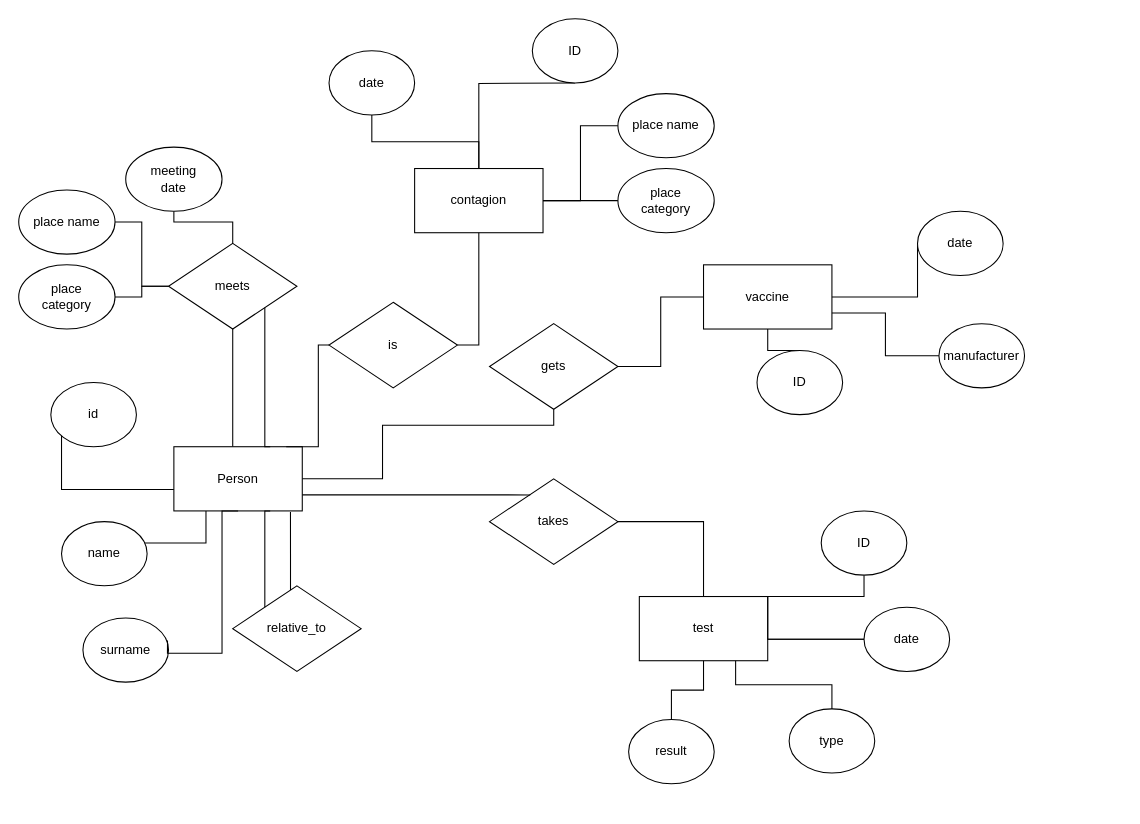
The draw.io diagram ER_diagram_covid.drawio in bohbohb/COVID-19-Neo4j, before the edit. Source tidied: cells renumbered, new cells numbered last; positions are measured from the earlier drawing's top-left corner, leaving out a move shared by most shapes. Both pictures are drawn from the tidied source at 107%, with x=0, y=0 at pixel (18, 18).
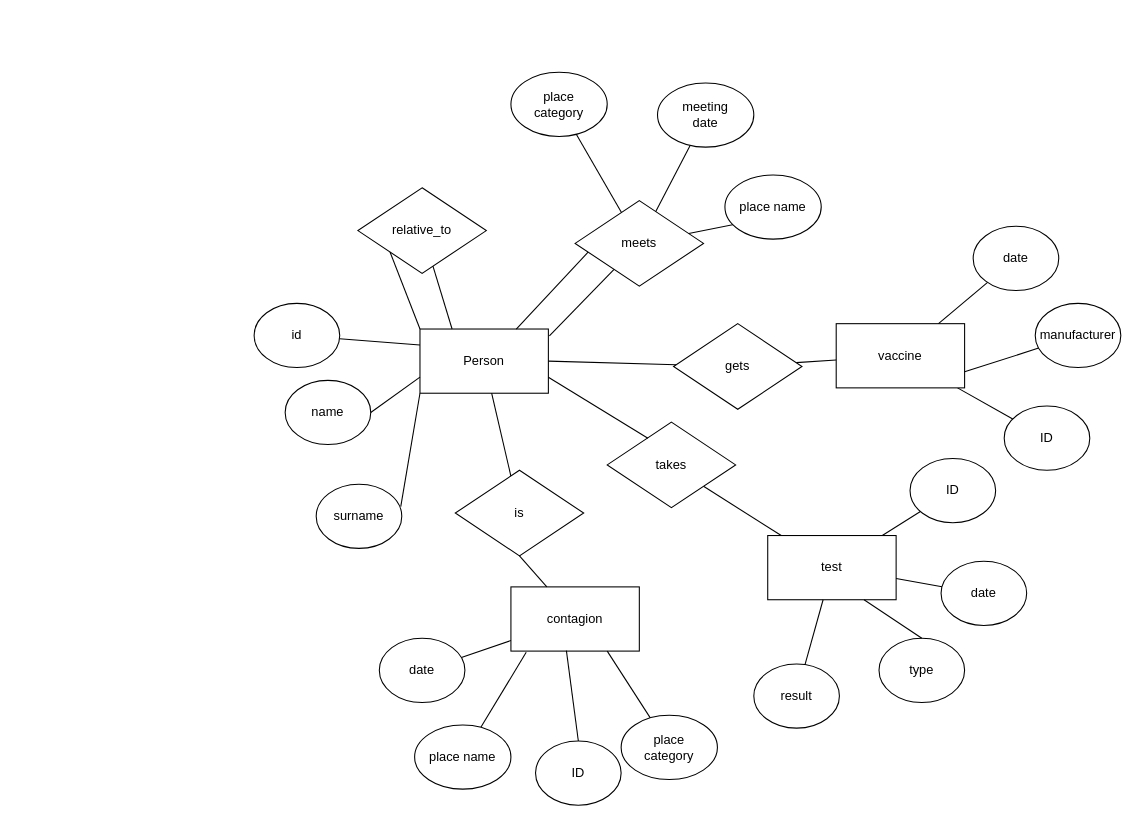
The same diagram, later.

Change to the diagram source:
```diff
@@
-    <mxCell id="2" style="edgeStyle=orthogonalEdgeStyle;rounded=0;jettySize=auto;html=1;startArrow=none;startFill=0;endArrow=none;endFill=0;" parent="1" edge="1" source="3" target="4">
-      <mxGeometry relative="1" as="geometry">
-        <Array as="points">
-          <mxPoint x="200" y="370" />
-          <mxPoint x="200" y="370" />
-        </Array>
-      </mxGeometry>
-    </mxCell>
     <mxCell id="3" value="Person" style="rounded=0;whiteSpace=wrap;html=1;" parent="1" vertex="1">
-      <mxGeometry x="145" y="400" width="120" height="60" as="geometry" />
+      <mxGeometry x="375" y="290" width="120" height="60" as="geometry" />
     </mxCell>
+    <mxCell id="57" style="edgeStyle=none;rounded=0;jettySize=auto;html=1;endArrow=none;endFill=0;entryX=1.008;entryY=0.106;entryDx=0;entryDy=0;entryPerimeter=0;" parent="1" edge="1" source="4" target="3">
+      <mxGeometry relative="1" as="geometry" />
+    </mxCell>
     <mxCell id="4" value="meets" style="rhombus;whiteSpace=wrap;html=1;" parent="1" vertex="1">
-      <mxGeometry x="140" y="210" width="120" height="80" as="geometry" />
+      <mxGeometry x="520" y="170" width="120" height="80" as="geometry" />
     </mxCell>
@@
-    <mxCell id="6" style="edgeStyle=orthogonalEdgeStyle;rounded=0;jettySize=auto;html=1;entryX=0.5;entryY=0;entryDx=0;entryDy=0;endArrow=none;endFill=0;startArrow=none;startFill=0;" parent="1" edge="1" source="7" target="4">
-      <mxGeometry relative="1" as="geometry">
-        <Array as="points">
-          <mxPoint x="200" y="190" />
-        </Array>
-      </mxGeometry>
+    <mxCell id="6" style="rounded=0;jettySize=auto;html=1;endArrow=none;endFill=0;startArrow=none;startFill=0;" parent="1" edge="1" source="7" target="4">
+      <mxGeometry relative="1" as="geometry" />
     </mxCell>
     <mxCell id="7" value="meeting&lt;br&gt;date" style="ellipse;whiteSpace=wrap;html=1;" parent="1" vertex="1">
-      <mxGeometry x="100" y="120" width="90" height="60" as="geometry" />
+      <mxGeometry x="597" y="60" width="90" height="60" as="geometry" />
     </mxCell>
     <mxCell id="8" value="id" style="ellipse;whiteSpace=wrap;html=1;" parent="1" vertex="1">
-      <mxGeometry x="30" y="340" width="80" height="60" as="geometry" />
+      <mxGeometry x="220" y="266" width="80" height="60" as="geometry" />
     </mxCell>
-    <mxCell id="9" style="endArrow=none;html=1;rounded=0;edgeStyle=orthogonalEdgeStyle;endFill=0;" parent="1" edge="1" source="8">
-      <mxGeometry relative="1" as="geometry">
-        <mxPoint x="145" y="440" as="targetPoint" />
-        <Array as="points">
-          <mxPoint x="40" y="440" />
-        </Array>
-      </mxGeometry>
+    <mxCell id="9" style="endArrow=none;html=1;rounded=0;endFill=0;entryX=0;entryY=0.25;entryDx=0;entryDy=0;" parent="1" edge="1" source="8" target="3">
+      <mxGeometry relative="1" as="geometry" />
     </mxCell>
     <mxCell id="10" value="name" style="ellipse;whiteSpace=wrap;html=1;" parent="1" vertex="1">
-      <mxGeometry x="40" y="470" width="80" height="60" as="geometry" />
+      <mxGeometry x="249" y="338" width="80" height="60" as="geometry" />
     </mxCell>
-    <mxCell id="11" style="endArrow=none;html=1;rounded=0;edgeStyle=orthogonalEdgeStyle;endFill=0;entryX=0.25;entryY=1;entryDx=0;entryDy=0;" parent="1" edge="1" source="10" target="3">
-      <mxGeometry relative="1" as="geometry">
-        <Array as="points">
-          <mxPoint x="175" y="490" />
-          <mxPoint x="175" y="490" />
-        </Array>
-      </mxGeometry>
+    <mxCell id="11" style="endArrow=none;html=1;rounded=0;endFill=0;entryX=0;entryY=0.75;entryDx=0;entryDy=0;exitX=1;exitY=0.5;exitDx=0;exitDy=0;" parent="1" edge="1" source="10" target="3">
+      <mxGeometry relative="1" as="geometry" />
     </mxCell>
     <mxCell id="12" value="surname" style="ellipse;whiteSpace=wrap;html=1;" parent="1" vertex="1">
-      <mxGeometry x="60" y="560" width="80" height="60" as="geometry" />
+      <mxGeometry x="278" y="435" width="80" height="60" as="geometry" />
     </mxCell>
-    <mxCell id="13" style="endArrow=none;html=1;rounded=0;edgeStyle=orthogonalEdgeStyle;endFill=0;entryX=0.5;entryY=1;entryDx=0;entryDy=0;exitX=0.988;exitY=0.35;exitDx=0;exitDy=0;exitPerimeter=0;" parent="1" edge="1" source="12" target="3">
-      <mxGeometry relative="1" as="geometry">
-        <Array as="points">
-          <mxPoint x="139" y="593" />
-          <mxPoint x="190" y="593" />
-          <mxPoint x="190" y="460" />
-        </Array>
-      </mxGeometry>
+    <mxCell id="13" style="endArrow=none;html=1;rounded=0;endFill=0;entryX=0;entryY=1;entryDx=0;entryDy=0;exitX=0.988;exitY=0.35;exitDx=0;exitDy=0;exitPerimeter=0;" parent="1" edge="1" source="12" target="3">
+      <mxGeometry relative="1" as="geometry" />
     </mxCell>
+    <mxCell id="58" style="edgeStyle=none;rounded=0;jettySize=auto;html=1;endArrow=none;endFill=0;exitX=0.75;exitY=0;exitDx=0;exitDy=0;entryX=0.101;entryY=0.602;entryDx=0;entryDy=0;entryPerimeter=0;" parent="1" edge="1" source="3" target="4">
+      <mxGeometry relative="1" as="geometry" />
+    </mxCell>
     <mxCell id="14" value="relative_to" style="rhombus;whiteSpace=wrap;html=1;" parent="1" vertex="1">
-      <mxGeometry x="200" y="530" width="120" height="80" as="geometry" />
+      <mxGeometry x="317" y="158" width="120" height="80" as="geometry" />
     </mxCell>
@@
-    <mxCell id="16" style="endArrow=none;html=1;rounded=0;edgeStyle=orthogonalEdgeStyle;entryX=0.75;entryY=1;entryDx=0;entryDy=0;endFill=0;exitX=0;exitY=0;exitDx=0;exitDy=0;" parent="1" edge="1" source="14" target="3">
-      <mxGeometry relative="1" as="geometry">
-        <Array as="points">
-          <mxPoint x="230" y="460" />
-        </Array>
-      </mxGeometry>
+    <mxCell id="16" style="endArrow=none;html=1;rounded=0;endFill=0;exitX=0;exitY=1;exitDx=0;exitDy=0;entryX=0;entryY=0;entryDx=0;entryDy=0;" parent="1" edge="1" source="14" target="3">
+      <mxGeometry relative="1" as="geometry" />
     </mxCell>
     <mxCell id="17" value="contagion" style="rounded=0;whiteSpace=wrap;html=1;" parent="1" vertex="1">
-      <mxGeometry x="370" y="140" width="120" height="60" as="geometry" />
+      <mxGeometry x="460" y="531" width="120" height="60" as="geometry" />
     </mxCell>
-    <mxCell id="18" style="edgeStyle=orthogonalEdgeStyle;rounded=0;jettySize=auto;html=1;startArrow=none;startFill=0;endArrow=none;endFill=0;" parent="1" edge="1" source="19" target="17">
+    <mxCell id="18" style="rounded=0;jettySize=auto;html=1;startArrow=none;startFill=0;endArrow=none;endFill=0;" parent="1" edge="1" source="19" target="17">
       <mxGeometry relative="1" as="geometry" />
     </mxCell>
     <mxCell id="19" value="date" style="ellipse;whiteSpace=wrap;html=1;" parent="1" vertex="1">
-      <mxGeometry x="290" y="30" width="80" height="60" as="geometry" />
+      <mxGeometry x="337" y="579" width="80" height="60" as="geometry" />
     </mxCell>
-    <mxCell id="20" style="edgeStyle=orthogonalEdgeStyle;rounded=0;jettySize=auto;html=1;endArrow=none;endFill=0;" parent="1" edge="1" source="21" target="50">
+    <mxCell id="20" style="rounded=0;jettySize=auto;html=1;endArrow=none;endFill=0;" parent="1" edge="1" source="21" target="50">
       <mxGeometry relative="1" as="geometry" />
     </mxCell>
     <mxCell id="21" value="vaccine" style="rounded=0;whiteSpace=wrap;html=1;" parent="1" vertex="1">
-      <mxGeometry x="640" y="230" width="120" height="60" as="geometry" />
+      <mxGeometry x="764" y="285" width="120" height="60" as="geometry" />
     </mxCell>
-    <mxCell id="22" style="edgeStyle=orthogonalEdgeStyle;rounded=0;jettySize=auto;html=1;startArrow=none;startFill=0;endArrow=none;endFill=0;" parent="1" edge="1" source="23" target="21">
-      <mxGeometry relative="1" as="geometry">
-        <Array as="points">
-          <mxPoint x="840" y="260" />
-        </Array>
-      </mxGeometry>
+    <mxCell id="22" style="rounded=0;jettySize=auto;html=1;startArrow=none;startFill=0;endArrow=none;endFill=0;" parent="1" edge="1" source="23" target="21">
+      <mxGeometry relative="1" as="geometry" />
     </mxCell>
     <mxCell id="23" value="date" style="ellipse;whiteSpace=wrap;html=1;" parent="1" vertex="1">
-      <mxGeometry x="840" y="180" width="80" height="60" as="geometry" />
+      <mxGeometry x="892" y="194" width="80" height="60" as="geometry" />
     </mxCell>
-    <mxCell id="24" style="edgeStyle=orthogonalEdgeStyle;rounded=0;jettySize=auto;html=1;startArrow=none;startFill=0;endArrow=none;endFill=0;entryX=1;entryY=1;entryDx=0;entryDy=0;exitX=0.75;exitY=0;exitDx=0;exitDy=0;" parent="1" edge="1" source="3" target="4">
-      <mxGeometry relative="1" as="geometry">
-        <Array as="points">
-          <mxPoint x="230" y="400" />
-        </Array>
-      </mxGeometry>
-    </mxCell>
-    <mxCell id="25" style="endArrow=none;html=1;rounded=0;edgeStyle=orthogonalEdgeStyle;entryX=0.908;entryY=1.017;entryDx=0;entryDy=0;endFill=0;entryPerimeter=0;" parent="1" edge="1" source="14" target="3">
-      <mxGeometry relative="1" as="geometry">
-        <Array as="points">
-          <mxPoint x="254" y="500" />
-          <mxPoint x="254" y="500" />
-        </Array>
-      </mxGeometry>
+    <mxCell id="25" style="endArrow=none;html=1;rounded=0;endFill=0;entryX=0.25;entryY=0;entryDx=0;entryDy=0;" parent="1" edge="1" source="14" target="3">
+      <mxGeometry relative="1" as="geometry" />
     </mxCell>
     <mxCell id="26" value="test" style="rounded=0;whiteSpace=wrap;html=1;" parent="1" vertex="1">
-      <mxGeometry x="580" y="540" width="120" height="60" as="geometry" />
+      <mxGeometry x="700" y="483" width="120" height="60" as="geometry" />
     </mxCell>
-    <mxCell id="27" style="edgeStyle=orthogonalEdgeStyle;rounded=0;jettySize=auto;html=1;startArrow=none;startFill=0;endArrow=none;endFill=0;" parent="1" edge="1" source="28" target="26">
-      <mxGeometry relative="1" as="geometry">
-        <Array as="points">
-          <mxPoint x="720" y="580" />
-          <mxPoint x="720" y="580" />
-        </Array>
-      </mxGeometry>
+    <mxCell id="27" style="rounded=0;jettySize=auto;html=1;startArrow=none;startFill=0;endArrow=none;endFill=0;" parent="1" edge="1" source="28" target="26">
+      <mxGeometry relative="1" as="geometry" />
     </mxCell>
     <mxCell id="28" value="date" style="ellipse;whiteSpace=wrap;html=1;" parent="1" vertex="1">
-      <mxGeometry x="790" y="550" width="80" height="60" as="geometry" />
+      <mxGeometry x="862" y="507" width="80" height="60" as="geometry" />
     </mxCell>
     <mxCell id="29" value="type" style="ellipse;whiteSpace=wrap;html=1;" parent="1" vertex="1">
-      <mxGeometry x="720" y="645" width="80" height="60" as="geometry" />
+      <mxGeometry x="804" y="579" width="80" height="60" as="geometry" />
     </mxCell>
-    <mxCell id="30" style="edgeStyle=orthogonalEdgeStyle;rounded=0;jettySize=auto;html=1;startArrow=none;startFill=0;endArrow=none;endFill=0;entryX=0.75;entryY=1;entryDx=0;entryDy=0;exitX=0.5;exitY=0;exitDx=0;exitDy=0;" parent="1" edge="1" source="29" target="26">
+    <mxCell id="30" style="rounded=0;jettySize=auto;html=1;startArrow=none;startFill=0;endArrow=none;endFill=0;entryX=0.75;entryY=1;entryDx=0;entryDy=0;exitX=0.5;exitY=0;exitDx=0;exitDy=0;" parent="1" edge="1" source="29" target="26">
       <mxGeometry relative="1" as="geometry" />
     </mxCell>
-    <mxCell id="31" style="edgeStyle=orthogonalEdgeStyle;rounded=0;jettySize=auto;html=1;startArrow=none;startFill=0;endArrow=none;endFill=0;" parent="1" edge="1" source="55" target="17">
-      <mxGeometry relative="1" as="geometry">
-        <Array as="points">
-          <mxPoint x="430" y="305" />
-        </Array>
-      </mxGeometry>
+    <mxCell id="31" style="rounded=0;jettySize=auto;html=1;startArrow=none;startFill=0;endArrow=none;endFill=0;exitX=0.5;exitY=1;exitDx=0;exitDy=0;" parent="1" edge="1" source="55" target="17">
+      <mxGeometry relative="1" as="geometry" />
     </mxCell>
-    <mxCell id="32" style="edgeStyle=orthogonalEdgeStyle;rounded=0;jettySize=auto;html=1;startArrow=none;startFill=0;endArrow=none;endFill=0;" parent="1" edge="1" source="33" target="21">
+    <mxCell id="32" style="rounded=0;jettySize=auto;html=1;startArrow=none;startFill=0;endArrow=none;endFill=0;" parent="1" edge="1" source="33" target="21">
       <mxGeometry relative="1" as="geometry" />
     </mxCell>
     <mxCell id="33" value="gets" style="rhombus;whiteSpace=wrap;html=1;" parent="1" vertex="1">
-      <mxGeometry x="440" y="285" width="120" height="80" as="geometry" />
+      <mxGeometry x="612" y="285" width="120" height="80" as="geometry" />
     </mxCell>
-    <mxCell id="34" style="edgeStyle=orthogonalEdgeStyle;rounded=0;jettySize=auto;html=1;startArrow=none;startFill=0;endArrow=none;endFill=0;entryX=1;entryY=0.5;entryDx=0;entryDy=0;" parent="1" edge="1" source="33" target="3">
-      <mxGeometry relative="1" as="geometry">
-        <Array as="points">
-          <mxPoint x="500" y="380" />
-          <mxPoint x="340" y="380" />
-          <mxPoint x="340" y="430" />
-        </Array>
-      </mxGeometry>
+    <mxCell id="34" style="rounded=0;jettySize=auto;html=1;startArrow=none;startFill=0;endArrow=none;endFill=0;entryX=1;entryY=0.5;entryDx=0;entryDy=0;" parent="1" edge="1" source="33" target="3">
+      <mxGeometry relative="1" as="geometry" />
     </mxCell>
-    <mxCell id="35" style="edgeStyle=orthogonalEdgeStyle;rounded=0;jettySize=auto;html=1;startArrow=none;startFill=0;endArrow=none;endFill=0;" parent="1" edge="1" source="36" target="26">
+    <mxCell id="35" style="rounded=0;jettySize=auto;html=1;startArrow=none;startFill=0;endArrow=none;endFill=0;exitX=1;exitY=1;exitDx=0;exitDy=0;" parent="1" edge="1" source="36" target="26">
       <mxGeometry relative="1" as="geometry" />
     </mxCell>
     <mxCell id="36" value="takes" style="rhombus;whiteSpace=wrap;html=1;" parent="1" vertex="1">
-      <mxGeometry x="440" y="430" width="120" height="80" as="geometry" />
+      <mxGeometry x="550" y="377" width="120" height="80" as="geometry" />
     </mxCell>
-    <mxCell id="37" style="edgeStyle=orthogonalEdgeStyle;rounded=0;jettySize=auto;html=1;startArrow=none;startFill=0;endArrow=none;endFill=0;entryX=1;entryY=0.75;entryDx=0;entryDy=0;exitX=0.317;exitY=0.188;exitDx=0;exitDy=0;exitPerimeter=0;" parent="1" edge="1" source="36" target="3">
-      <mxGeometry relative="1" as="geometry">
-        <Array as="points">
-          <mxPoint x="390" y="445" />
-          <mxPoint x="390" y="445" />
-        </Array>
-      </mxGeometry>
+    <mxCell id="37" style="rounded=0;jettySize=auto;html=1;startArrow=none;startFill=0;endArrow=none;endFill=0;entryX=1;entryY=0.75;entryDx=0;entryDy=0;exitX=0.317;exitY=0.188;exitDx=0;exitDy=0;exitPerimeter=0;" parent="1" edge="1" source="36" target="3">
+      <mxGeometry relative="1" as="geometry" />
     </mxCell>
-    <mxCell id="38" style="edgeStyle=orthogonalEdgeStyle;rounded=0;jettySize=auto;html=1;startArrow=none;startFill=0;endArrow=none;endFill=0;" parent="1" edge="1" source="39" target="26">
+    <mxCell id="38" style="rounded=0;jettySize=auto;html=1;startArrow=none;startFill=0;endArrow=none;endFill=0;" parent="1" edge="1" source="39" target="26">
       <mxGeometry relative="1" as="geometry" />
     </mxCell>
     <mxCell id="39" value="result" style="ellipse;whiteSpace=wrap;html=1;" parent="1" vertex="1">
-      <mxGeometry x="570" y="655" width="80" height="60" as="geometry" />
+      <mxGeometry x="687" y="603" width="80" height="60" as="geometry" />
     </mxCell>
-    <mxCell id="40" style="edgeStyle=orthogonalEdgeStyle;rounded=0;jettySize=auto;html=1;endArrow=none;endFill=0;" parent="1" edge="1" source="41" target="4">
+    <mxCell id="40" style="rounded=0;jettySize=auto;html=1;endArrow=none;endFill=0;exitX=1;exitY=0.5;exitDx=0;exitDy=0;" parent="1" edge="1" source="41" target="4">
       <mxGeometry relative="1" as="geometry" />
     </mxCell>
     <mxCell id="41" value="place name" style="ellipse;whiteSpace=wrap;html=1;" parent="1" vertex="1">
-      <mxGeometry y="160" width="90" height="60" as="geometry" />
+      <mxGeometry x="660" y="146" width="90" height="60" as="geometry" />
     </mxCell>
-    <mxCell id="42" style="edgeStyle=orthogonalEdgeStyle;rounded=0;jettySize=auto;html=1;endArrow=none;endFill=0;" parent="1" edge="1" source="43" target="4">
+    <mxCell id="42" style="rounded=0;jettySize=auto;html=1;endArrow=none;endFill=0;" parent="1" edge="1" source="43" target="4">
       <mxGeometry relative="1" as="geometry" />
     </mxCell>
     <mxCell id="43" value="place &lt;br&gt;category" style="ellipse;whiteSpace=wrap;html=1;" parent="1" vertex="1">
-      <mxGeometry y="230" width="90" height="60" as="geometry" />
+      <mxGeometry x="460" y="50" width="90" height="60" as="geometry" />
     </mxCell>
-    <mxCell id="44" style="edgeStyle=orthogonalEdgeStyle;rounded=0;jettySize=auto;html=1;endArrow=none;endFill=0;entryX=1;entryY=0.5;entryDx=0;entryDy=0;" parent="1" edge="1" source="45" target="17">
+    <mxCell id="44" style="rounded=0;jettySize=auto;html=1;endArrow=none;endFill=0;entryX=0.119;entryY=1.019;entryDx=0;entryDy=0;entryPerimeter=0;" parent="1" edge="1" source="45" target="17">
       <mxGeometry relative="1" as="geometry" />
     </mxCell>
     <mxCell id="45" value="place name" style="ellipse;whiteSpace=wrap;html=1;" parent="1" vertex="1">
-      <mxGeometry x="560" y="70" width="90" height="60" as="geometry" />
+      <mxGeometry x="370" y="660" width="90" height="60" as="geometry" />
     </mxCell>
-    <mxCell id="46" style="edgeStyle=orthogonalEdgeStyle;rounded=0;jettySize=auto;html=1;endArrow=none;endFill=0;" parent="1" edge="1" source="47" target="17">
+    <mxCell id="46" style="rounded=0;jettySize=auto;html=1;endArrow=none;endFill=0;entryX=0.75;entryY=1;entryDx=0;entryDy=0;" parent="1" edge="1" source="47" target="17">
       <mxGeometry relative="1" as="geometry" />
     </mxCell>
     <mxCell id="47" value="place &lt;br&gt;category" style="ellipse;whiteSpace=wrap;html=1;" parent="1" vertex="1">
-      <mxGeometry x="560" y="140" width="90" height="60" as="geometry" />
+      <mxGeometry x="563" y="651" width="90" height="60" as="geometry" />
     </mxCell>
-    <mxCell id="48" style="edgeStyle=orthogonalEdgeStyle;rounded=0;jettySize=auto;html=1;endArrow=none;endFill=0;" parent="1" edge="1" target="17">
-      <mxGeometry relative="1" as="geometry">
-        <mxPoint x="520" y="60" as="sourcePoint" />
-      </mxGeometry>
+    <mxCell id="48" style="rounded=0;jettySize=auto;html=1;endArrow=none;endFill=0;exitX=0.5;exitY=0;exitDx=0;exitDy=0;entryX=0.432;entryY=0.992;entryDx=0;entryDy=0;entryPerimeter=0;" parent="1" edge="1" source="49" target="17">
+      <mxGeometry relative="1" as="geometry" />
     </mxCell>
     <mxCell id="49" value="ID" style="ellipse;whiteSpace=wrap;html=1;" parent="1" vertex="1">
-      <mxGeometry x="480" width="80" height="60" as="geometry" />
+      <mxGeometry x="483" y="675" width="80" height="60" as="geometry" />
     </mxCell>
     <mxCell id="50" value="ID" style="ellipse;whiteSpace=wrap;html=1;" parent="1" vertex="1">
-      <mxGeometry x="690" y="310" width="80" height="60" as="geometry" />
+      <mxGeometry x="921" y="362" width="80" height="60" as="geometry" />
     </mxCell>
-    <mxCell id="51" style="edgeStyle=orthogonalEdgeStyle;rounded=0;jettySize=auto;html=1;endArrow=none;endFill=0;entryX=1;entryY=0.75;entryDx=0;entryDy=0;" parent="1" edge="1" source="52" target="21">
+    <mxCell id="51" style="rounded=0;jettySize=auto;html=1;endArrow=none;endFill=0;entryX=1;entryY=0.75;entryDx=0;entryDy=0;" parent="1" edge="1" source="52" target="21">
       <mxGeometry relative="1" as="geometry" />
     </mxCell>
     <mxCell id="52" value="manufacturer" style="ellipse;whiteSpace=wrap;html=1;" parent="1" vertex="1">
-      <mxGeometry x="860" y="285" width="80" height="60" as="geometry" />
+      <mxGeometry x="950" y="266" width="80" height="60" as="geometry" />
     </mxCell>
-    <mxCell id="53" style="edgeStyle=orthogonalEdgeStyle;rounded=0;jettySize=auto;html=1;endArrow=none;endFill=0;" parent="1" edge="1" source="54" target="28">
-      <mxGeometry relative="1" as="geometry">
-        <Array as="points">
-          <mxPoint x="790" y="540" />
-          <mxPoint x="700" y="540" />
-          <mxPoint x="700" y="580" />
-        </Array>
-      </mxGeometry>
+    <mxCell id="53" style="rounded=0;jettySize=auto;html=1;endArrow=none;endFill=0;" parent="1" edge="1" source="54" target="26">
+      <mxGeometry relative="1" as="geometry" />
     </mxCell>
     <mxCell id="54" value="ID" style="ellipse;whiteSpace=wrap;html=1;" parent="1" vertex="1">
-      <mxGeometry x="750" y="460" width="80" height="60" as="geometry" />
+      <mxGeometry x="833" y="411" width="80" height="60" as="geometry" />
     </mxCell>
+    <mxCell id="59" style="edgeStyle=none;rounded=0;jettySize=auto;html=1;endArrow=none;endFill=0;" parent="1" edge="1" source="55" target="3">
+      <mxGeometry relative="1" as="geometry" />
+    </mxCell>
     <mxCell id="55" value="is" style="rhombus;whiteSpace=wrap;html=1;" parent="1" vertex="1">
-      <mxGeometry x="290" y="265" width="120" height="80" as="geometry" />
+      <mxGeometry x="408" y="422" width="120" height="80" as="geometry" />
     </mxCell>
-    <mxCell id="56" style="edgeStyle=orthogonalEdgeStyle;rounded=0;jettySize=auto;html=1;startArrow=none;startFill=0;endArrow=none;endFill=0;exitX=0.875;exitY=0;exitDx=0;exitDy=0;exitPerimeter=0;" parent="1" edge="1" source="3" target="55">
-      <mxGeometry relative="1" as="geometry">
-        <Array as="points">
-          <mxPoint x="280" y="305" />
-        </Array>
-      </mxGeometry>
-    </mxCell>
```
